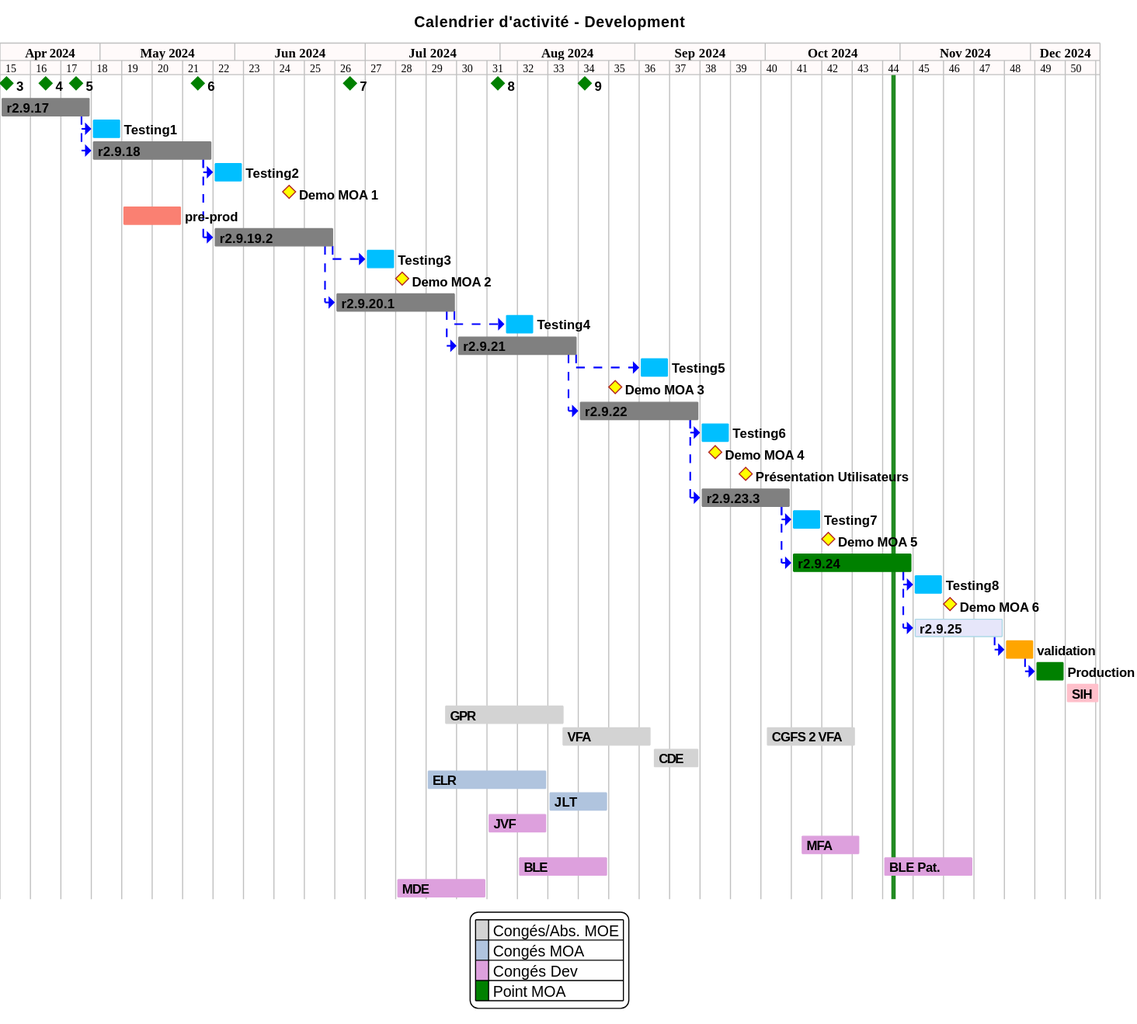
The PlantUML diagram projects/activity-calendar/not/images/refonte-activity-calendar-planning-sprints.svg in sumaris-net/sumaris-doc, before a commit.
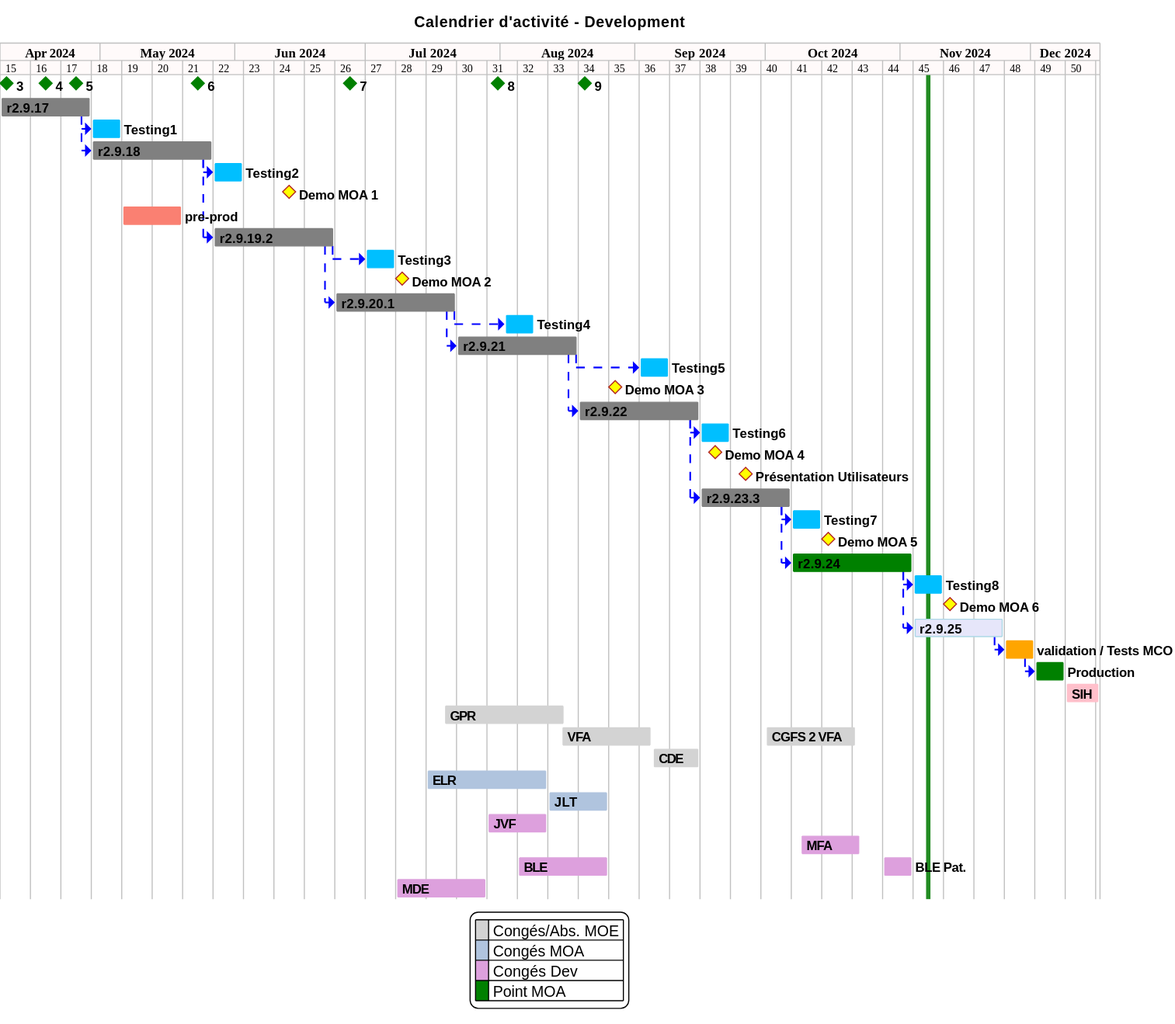
The same file after the commit.

Change to the diagram source:
```diff
@@ -167,7 +167,7 @@
 [TASK9] is colored in Lavender/LightBlue
 [TASK8]->[TASK9]
 
-[validation] as [VAL] requires 1 week and starts the 25th of November 2024
+[validation / Tests MCO] as [VAL] requires 1 week and starts the 25th of November 2024
 [VAL] is colored in orange
 [TASK9]->[VAL]
 
@@ -200,7 +200,7 @@
 [BLE] as [CONG_BLE] requires 3 week and starts the 5th of August 2024 and requires 2 week and starts the 28th of October 2024
 [BLE] is colored in plum
 
-[BLE Pat.] as [PAT_BLE] requires 3 week and starts the 28th of October 2024
+[BLE Pat.] as [PAT_BLE] requires 1 week and starts the 28th of October 2024
 [BLE Pat.] is colored in plum
 
 [BLE Pat.] displays on same row as [BLE]
```
